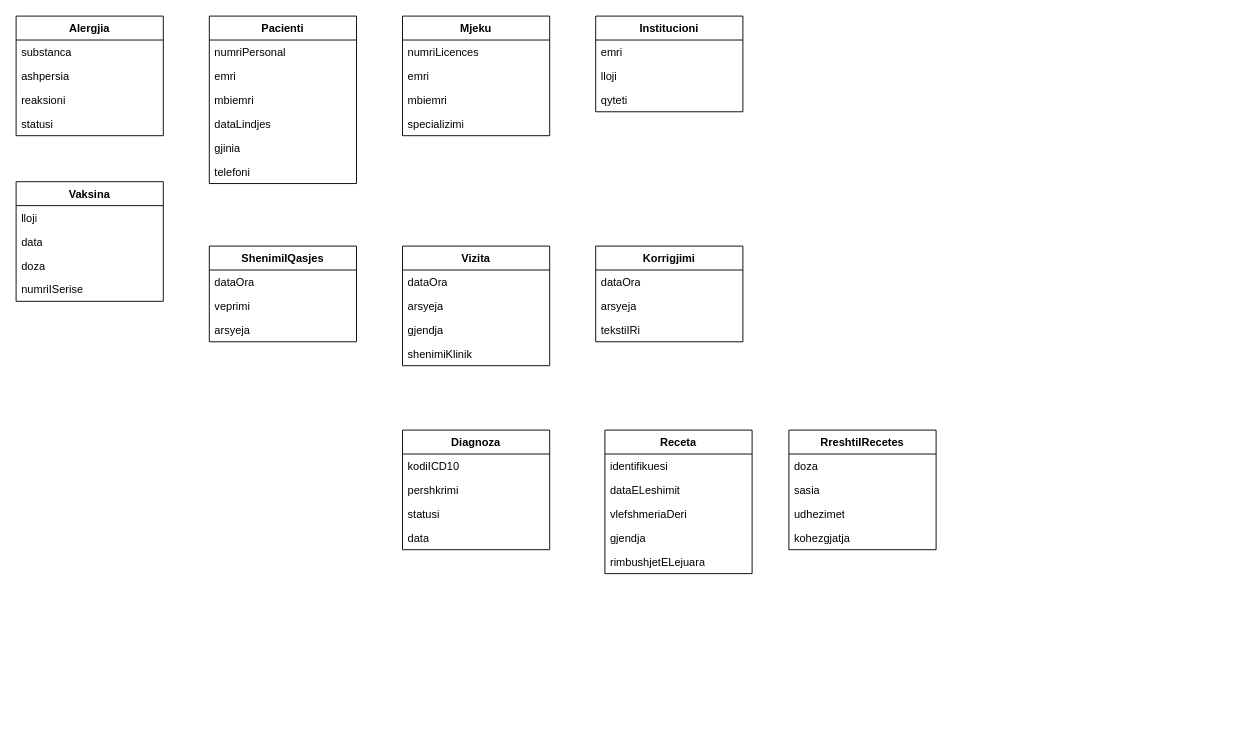
Above: docs/ModeliKonceptual.drawio in blendaarama/eKartela (draw.io), before the change. Source tidied: cells renumbered, new cells numbered last; positions are measured from the earlier drawing's top-left corner, leaving out a move shared by most shapes. Both pictures are drawn from the tidied source at 92%, with x=0, y=0 at pixel (16, 16).
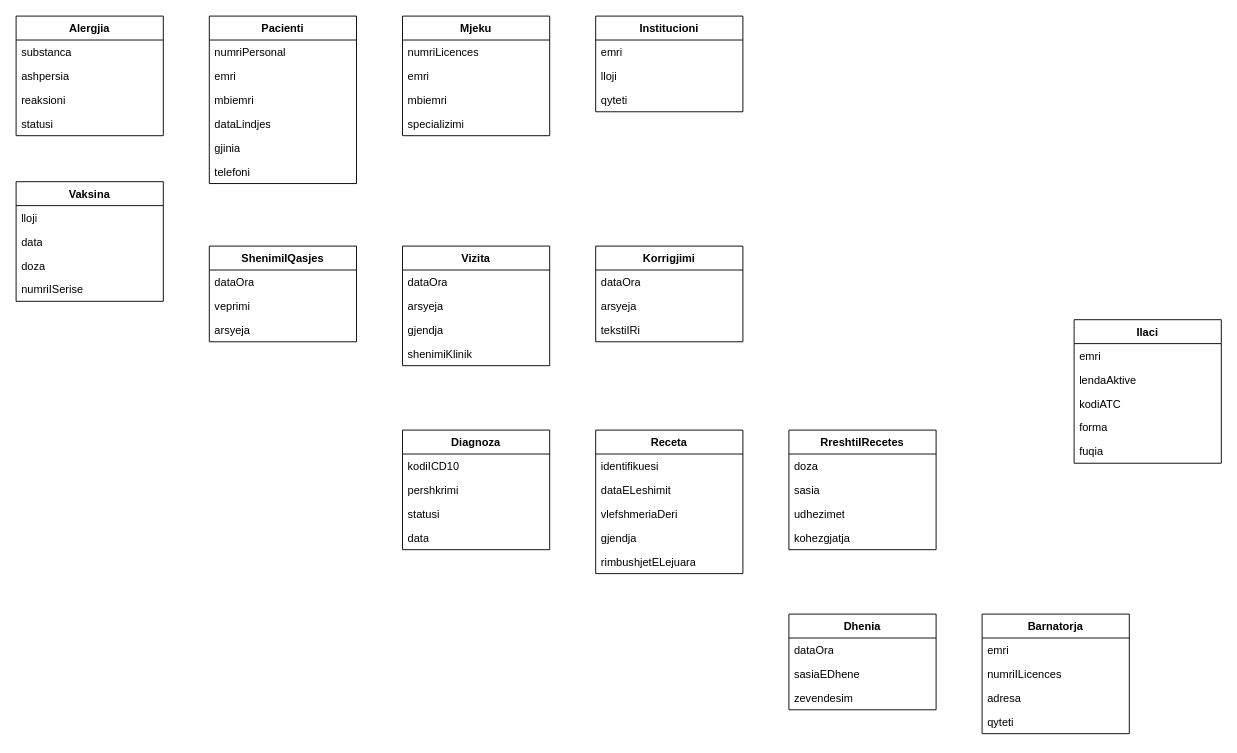
The same diagram, later.

Commit message (it also covers changes not shown here):
klasa ilaci, dhenia dhe barnatorjaaa

What changed in the source:
```diff
@@
     <mxCell id="46" value="Receta" style="swimlane;fontStyle=1;align=center;verticalAlign=top;horizontal=1;startSize=26;whiteSpace=wrap;html=1;" parent="1" vertex="1">
-      <mxGeometry x="640" y="450" width="160" height="156" as="geometry" />
+      <mxGeometry x="630" y="450" width="160" height="156" as="geometry" />
     </mxCell>
@@
+    <mxCell id="57" value="Ilaci" style="swimlane;fontStyle=1;align=center;verticalAlign=top;horizontal=1;startSize=26;whiteSpace=wrap;html=1;" parent="1" vertex="1">
+      <mxGeometry x="1150" y="330" width="160" height="156" as="geometry" />
+    </mxCell>
+    <mxCell id="58" value="emri" style="text;strokeColor=none;fillColor=none;align=left;verticalAlign=top;spacingLeft=4;spacingRight=4;overflow=hidden;whiteSpace=wrap;html=1;" parent="57" vertex="1">
+      <mxGeometry y="26" width="160" height="26" as="geometry" />
+    </mxCell>
+    <mxCell id="59" value="lendaAktive" style="text;strokeColor=none;fillColor=none;align=left;verticalAlign=top;spacingLeft=4;spacingRight=4;overflow=hidden;whiteSpace=wrap;html=1;" parent="57" vertex="1">
+      <mxGeometry y="52" width="160" height="26" as="geometry" />
+    </mxCell>
+    <mxCell id="60" value="kodiATC" style="text;strokeColor=none;fillColor=none;align=left;verticalAlign=top;spacingLeft=4;spacingRight=4;overflow=hidden;whiteSpace=wrap;html=1;" parent="57" vertex="1">
+      <mxGeometry y="78" width="160" height="26" as="geometry" />
+    </mxCell>
+    <mxCell id="61" value="forma" style="text;strokeColor=none;fillColor=none;align=left;verticalAlign=top;spacingLeft=4;spacingRight=4;overflow=hidden;whiteSpace=wrap;html=1;" parent="57" vertex="1">
+      <mxGeometry y="104" width="160" height="26" as="geometry" />
+    </mxCell>
+    <mxCell id="62" value="fuqia" style="text;strokeColor=none;fillColor=none;align=left;verticalAlign=top;spacingLeft=4;spacingRight=4;overflow=hidden;whiteSpace=wrap;html=1;" parent="57" vertex="1">
+      <mxGeometry y="130" width="160" height="26" as="geometry" />
+    </mxCell>
+    <mxCell id="63" value="Dhenia" style="swimlane;fontStyle=1;align=center;verticalAlign=top;horizontal=1;startSize=26;whiteSpace=wrap;html=1;" parent="1" vertex="1">
+      <mxGeometry x="840" y="650" width="160" height="104" as="geometry" />
+    </mxCell>
+    <mxCell id="64" value="dataOra" style="text;strokeColor=none;fillColor=none;align=left;verticalAlign=top;spacingLeft=4;spacingRight=4;overflow=hidden;whiteSpace=wrap;html=1;" parent="63" vertex="1">
+      <mxGeometry y="26" width="160" height="26" as="geometry" />
+    </mxCell>
+    <mxCell id="65" value="sasiaEDhene" style="text;strokeColor=none;fillColor=none;align=left;verticalAlign=top;spacingLeft=4;spacingRight=4;overflow=hidden;whiteSpace=wrap;html=1;" parent="63" vertex="1">
+      <mxGeometry y="52" width="160" height="26" as="geometry" />
+    </mxCell>
+    <mxCell id="66" value="zevendesim" style="text;strokeColor=none;fillColor=none;align=left;verticalAlign=top;spacingLeft=4;spacingRight=4;overflow=hidden;whiteSpace=wrap;html=1;" parent="63" vertex="1">
+      <mxGeometry y="78" width="160" height="26" as="geometry" />
+    </mxCell>
+    <mxCell id="67" value="Barnatorja" style="swimlane;fontStyle=1;align=center;verticalAlign=top;horizontal=1;startSize=26;whiteSpace=wrap;html=1;" parent="1" vertex="1">
+      <mxGeometry x="1050" y="650" width="160" height="130" as="geometry" />
+    </mxCell>
+    <mxCell id="68" value="emri" style="text;strokeColor=none;fillColor=none;align=left;verticalAlign=top;spacingLeft=4;spacingRight=4;overflow=hidden;whiteSpace=wrap;html=1;" parent="67" vertex="1">
+      <mxGeometry y="26" width="160" height="26" as="geometry" />
+    </mxCell>
+    <mxCell id="69" value="numriILicences" style="text;strokeColor=none;fillColor=none;align=left;verticalAlign=top;spacingLeft=4;spacingRight=4;overflow=hidden;whiteSpace=wrap;html=1;" parent="67" vertex="1">
+      <mxGeometry y="52" width="160" height="26" as="geometry" />
+    </mxCell>
+    <mxCell id="70" value="adresa" style="text;strokeColor=none;fillColor=none;align=left;verticalAlign=top;spacingLeft=4;spacingRight=4;overflow=hidden;whiteSpace=wrap;html=1;" parent="67" vertex="1">
+      <mxGeometry y="78" width="160" height="26" as="geometry" />
+    </mxCell>
+    <mxCell id="71" value="qyteti" style="text;strokeColor=none;fillColor=none;align=left;verticalAlign=top;spacingLeft=4;spacingRight=4;overflow=hidden;whiteSpace=wrap;html=1;" parent="67" vertex="1">
+      <mxGeometry y="104" width="160" height="26" as="geometry" />
+    </mxCell>
```
